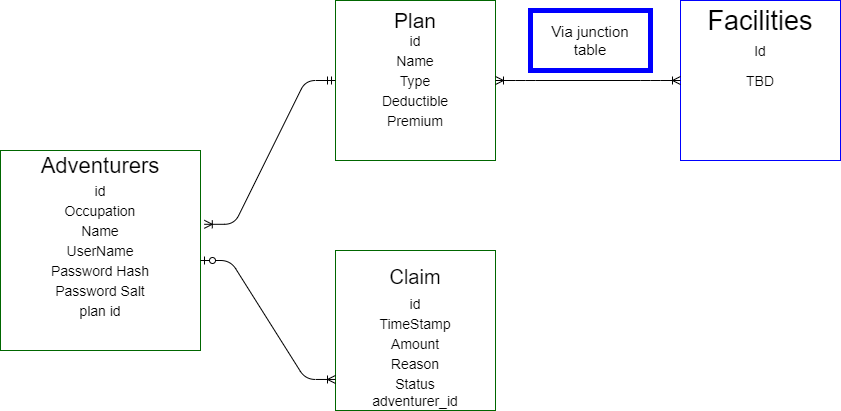
eSuminski/TeamAdventure keeps this draw.io diagram as erd.drawio.png. Above is the earlier version. Source tidied: cells renumbered, new cells last; positions are measured from the earlier drawing's top-left corner, leaving out a move shared by most shapes. Its diagram source:
```xml
<mxGraphModel>
  <root>
    <mxCell id="0" />
    <mxCell id="1" parent="0" />
    <mxCell id="2" style="whiteSpace=wrap;html=1;strokeColor=#006600;" parent="1" vertex="1">
      <mxGeometry y="150" width="200" height="200" as="geometry" />
    </mxCell>
    <mxCell id="3" value="&lt;font style=&quot;font-size: 22px&quot;&gt;Adventurers&lt;/font&gt;" style="text;html=1;strokeColor=none;fillColor=none;align=center;verticalAlign=middle;whiteSpace=wrap;rounded=0;" parent="1" vertex="1">
      <mxGeometry x="30" y="140" width="140" height="50" as="geometry" />
    </mxCell>
    <mxCell id="4" style="whiteSpace=wrap;html=1;strokeColor=#006600;" parent="1" vertex="1">
      <mxGeometry x="335" width="160" height="160" as="geometry" />
    </mxCell>
    <mxCell id="5" value="&lt;font style=&quot;font-size: 21px&quot;&gt;Plan&lt;/font&gt;" style="text;html=1;strokeColor=none;fillColor=none;align=center;verticalAlign=middle;whiteSpace=wrap;rounded=0;" parent="1" vertex="1">
      <mxGeometry x="365" y="10" width="100" height="20" as="geometry" />
    </mxCell>
    <mxCell id="6" style="whiteSpace=wrap;html=1;strokeColor=#006600;" parent="1" vertex="1">
      <mxGeometry x="335" y="250" width="160" height="160" as="geometry" />
    </mxCell>
    <mxCell id="7" value="&lt;font style=&quot;font-size: 20px&quot;&gt;Claim&lt;/font&gt;" style="text;html=1;strokeColor=none;fillColor=none;align=center;verticalAlign=middle;whiteSpace=wrap;rounded=0;" parent="1" vertex="1">
      <mxGeometry x="350" y="260" width="130" height="32.5" as="geometry" />
    </mxCell>
    <mxCell id="8" style="edgeStyle=entityRelationEdgeStyle;fontSize=12;html=1;endArrow=ERoneToMany;startArrow=ERzeroToOne;entryX=0;entryY=0.806;entryDx=0;entryDy=0;entryPerimeter=0;" parent="1" edge="1" target="6">
      <mxGeometry relative="1" as="geometry">
        <mxPoint x="200" y="260" as="sourcePoint" />
      </mxGeometry>
    </mxCell>
    <mxCell id="9" style="edgeStyle=entityRelationEdgeStyle;fontSize=12;html=1;endArrow=ERoneToMany;startArrow=ERmandOne;entryX=1.019;entryY=0.369;entryDx=0;entryDy=0;entryPerimeter=0;exitX=0;exitY=0.5;exitDx=0;exitDy=0;" parent="1" edge="1" source="4" target="2">
      <mxGeometry relative="1" as="geometry" />
    </mxCell>
    <mxCell id="10" style="whiteSpace=wrap;html=1;strokeColor=#0000FF;" parent="1" vertex="1">
      <mxGeometry x="680" width="160" height="160" as="geometry" />
    </mxCell>
    <mxCell id="11" value="&lt;font style=&quot;font-size: 27px&quot;&gt;Facilities&lt;/font&gt;" style="text;html=1;strokeColor=none;fillColor=none;align=center;verticalAlign=middle;whiteSpace=wrap;rounded=0;" parent="1" vertex="1">
      <mxGeometry x="705" width="110" height="40" as="geometry" />
    </mxCell>
    <mxCell id="12" style="edgeStyle=entityRelationEdgeStyle;fontSize=12;html=1;endArrow=ERoneToMany;startArrow=ERoneToMany;exitX=1;exitY=0.5;exitDx=0;exitDy=0;entryX=0;entryY=0.5;entryDx=0;entryDy=0;" parent="1" edge="1" source="4" target="10">
      <mxGeometry relative="1" as="geometry" />
    </mxCell>
    <mxCell id="13" value="&lt;font style=&quot;font-size: 14px&quot;&gt;Occupation&lt;/font&gt;" style="text;html=1;strokeColor=none;fillColor=none;align=center;verticalAlign=middle;whiteSpace=wrap;rounded=0;" parent="1" vertex="1">
      <mxGeometry x="50" y="200" width="100" height="20" as="geometry" />
    </mxCell>
    <mxCell id="14" value="&lt;font style=&quot;font-size: 14px&quot;&gt;Name&lt;/font&gt;" style="text;html=1;strokeColor=none;fillColor=none;align=center;verticalAlign=middle;whiteSpace=wrap;rounded=0;" parent="1" vertex="1">
      <mxGeometry x="50" y="220" width="100" height="20" as="geometry" />
    </mxCell>
    <mxCell id="15" value="&lt;font style=&quot;font-size: 14px&quot;&gt;UserName&lt;/font&gt;" style="text;html=1;strokeColor=none;fillColor=none;align=center;verticalAlign=middle;whiteSpace=wrap;rounded=0;" parent="1" vertex="1">
      <mxGeometry x="50" y="240" width="100" height="20" as="geometry" />
    </mxCell>
    <mxCell id="16" value="&lt;font style=&quot;font-size: 14px&quot;&gt;Password Hash&lt;/font&gt;" style="text;html=1;strokeColor=none;fillColor=none;align=center;verticalAlign=middle;whiteSpace=wrap;rounded=0;" parent="1" vertex="1">
      <mxGeometry x="30" y="260" width="140" height="20" as="geometry" />
    </mxCell>
    <mxCell id="17" value="&lt;font style=&quot;font-size: 14px&quot;&gt;Password Salt&lt;/font&gt;" style="text;html=1;strokeColor=none;fillColor=none;align=center;verticalAlign=middle;whiteSpace=wrap;rounded=0;" parent="1" vertex="1">
      <mxGeometry x="40" y="280" width="120" height="20" as="geometry" />
    </mxCell>
    <mxCell id="18" value="&lt;font style=&quot;font-size: 14px&quot;&gt;id&lt;/font&gt;" style="text;html=1;strokeColor=none;fillColor=none;align=center;verticalAlign=middle;whiteSpace=wrap;rounded=0;" parent="1" vertex="1">
      <mxGeometry x="50" y="180" width="100" height="20" as="geometry" />
    </mxCell>
    <mxCell id="19" value="&lt;font style=&quot;font-size: 14px&quot;&gt;id&lt;/font&gt;" style="text;html=1;strokeColor=none;fillColor=none;align=center;verticalAlign=middle;whiteSpace=wrap;rounded=0;" parent="1" vertex="1">
      <mxGeometry x="365" y="30" width="100" height="20" as="geometry" />
    </mxCell>
    <mxCell id="20" value="&lt;font style=&quot;font-size: 14px&quot;&gt;Name&lt;/font&gt;" style="text;html=1;strokeColor=none;fillColor=none;align=center;verticalAlign=middle;whiteSpace=wrap;rounded=0;" parent="1" vertex="1">
      <mxGeometry x="365" y="50" width="100" height="20" as="geometry" />
    </mxCell>
    <mxCell id="21" value="&lt;font style=&quot;font-size: 14px&quot;&gt;Type&lt;/font&gt;" style="text;html=1;strokeColor=none;fillColor=none;align=center;verticalAlign=middle;whiteSpace=wrap;rounded=0;" parent="1" vertex="1">
      <mxGeometry x="365" y="70" width="100" height="20" as="geometry" />
    </mxCell>
    <mxCell id="22" value="&lt;font style=&quot;font-size: 14px&quot;&gt;Deductible&lt;/font&gt;" style="text;html=1;strokeColor=none;fillColor=none;align=center;verticalAlign=middle;whiteSpace=wrap;rounded=0;" parent="1" vertex="1">
      <mxGeometry x="365" y="90" width="100" height="20" as="geometry" />
    </mxCell>
    <mxCell id="23" value="&lt;font style=&quot;font-size: 14px&quot;&gt;Premium&lt;/font&gt;" style="text;html=1;strokeColor=none;fillColor=none;align=center;verticalAlign=middle;whiteSpace=wrap;rounded=0;" parent="1" vertex="1">
      <mxGeometry x="365" y="110" width="100" height="20" as="geometry" />
    </mxCell>
    <mxCell id="24" value="&lt;font style=&quot;font-size: 14px&quot;&gt;id&lt;/font&gt;" style="text;html=1;strokeColor=none;fillColor=none;align=center;verticalAlign=middle;whiteSpace=wrap;rounded=0;" parent="1" vertex="1">
      <mxGeometry x="365" y="292.5" width="100" height="20" as="geometry" />
    </mxCell>
    <mxCell id="25" value="&lt;span style=&quot;font-size: 14px&quot;&gt;TimeStamp&lt;/span&gt;" style="text;html=1;strokeColor=none;fillColor=none;align=center;verticalAlign=middle;whiteSpace=wrap;rounded=0;" parent="1" vertex="1">
      <mxGeometry x="365" y="312.5" width="100" height="20" as="geometry" />
    </mxCell>
    <mxCell id="26" value="&lt;font style=&quot;font-size: 14px&quot;&gt;Amount&lt;/font&gt;" style="text;html=1;strokeColor=none;fillColor=none;align=center;verticalAlign=middle;whiteSpace=wrap;rounded=0;" parent="1" vertex="1">
      <mxGeometry x="365" y="332.5" width="100" height="20" as="geometry" />
    </mxCell>
    <mxCell id="27" value="&lt;font style=&quot;font-size: 14px&quot;&gt;Reason&lt;/font&gt;" style="text;html=1;strokeColor=none;fillColor=none;align=center;verticalAlign=middle;whiteSpace=wrap;rounded=0;" parent="1" vertex="1">
      <mxGeometry x="365" y="352.5" width="100" height="20" as="geometry" />
    </mxCell>
    <mxCell id="28" value="&lt;font style=&quot;font-size: 14px&quot;&gt;Status&lt;/font&gt;" style="text;html=1;strokeColor=none;fillColor=none;align=center;verticalAlign=middle;whiteSpace=wrap;rounded=0;" parent="1" vertex="1">
      <mxGeometry x="365" y="372.5" width="100" height="20" as="geometry" />
    </mxCell>
    <mxCell id="29" value="&lt;font style=&quot;font-size: 14px&quot;&gt;adventurer_id&lt;/font&gt;" style="text;html=1;strokeColor=none;fillColor=none;align=center;verticalAlign=middle;whiteSpace=wrap;rounded=0;" parent="1" vertex="1">
      <mxGeometry x="365" y="390" width="100" height="20" as="geometry" />
    </mxCell>
    <mxCell id="30" value="&lt;font style=&quot;font-size: 14px&quot;&gt;plan id&lt;br&gt;&lt;/font&gt;" style="text;html=1;strokeColor=none;fillColor=none;align=center;verticalAlign=middle;whiteSpace=wrap;rounded=0;" parent="1" vertex="1">
      <mxGeometry x="50" y="300" width="100" height="20" as="geometry" />
    </mxCell>
    <mxCell id="31" style="rounded=0;whiteSpace=wrap;html=1;strokeWidth=5;fillColor=none;strokeColor=#0000FF;" parent="1" vertex="1">
      <mxGeometry x="530" y="10" width="120" height="60" as="geometry" />
    </mxCell>
    <mxCell id="32" value="&lt;font style=&quot;font-size: 15px&quot;&gt;Via junction table&lt;/font&gt;" style="text;html=1;strokeColor=none;fillColor=none;align=center;verticalAlign=middle;whiteSpace=wrap;rounded=0;" parent="1" vertex="1">
      <mxGeometry x="545" y="15" width="90" height="50" as="geometry" />
    </mxCell>
    <mxCell id="33" value="&lt;font style=&quot;font-size: 14px&quot;&gt;TBD&lt;br&gt;&lt;/font&gt;" style="text;html=1;strokeColor=none;fillColor=none;align=center;verticalAlign=middle;whiteSpace=wrap;rounded=0;" parent="1" vertex="1">
      <mxGeometry x="710" y="70" width="100" height="20" as="geometry" />
    </mxCell>
    <mxCell id="34" value="&lt;font style=&quot;font-size: 14px&quot;&gt;Id&lt;/font&gt;" style="text;html=1;strokeColor=none;fillColor=none;align=center;verticalAlign=middle;whiteSpace=wrap;rounded=0;" parent="1" vertex="1">
      <mxGeometry x="710" y="40" width="100" height="20" as="geometry" />
    </mxCell>
  </root>
</mxGraphModel>
```
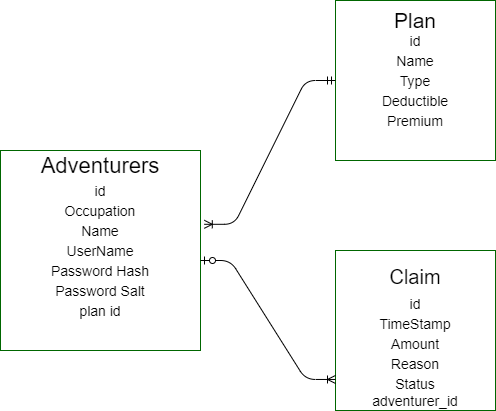
The same diagram one commit later.

Change to the diagram source:
```diff
@@ -28,15 +28,6 @@
     <mxCell id="9" style="edgeStyle=entityRelationEdgeStyle;fontSize=12;html=1;endArrow=ERoneToMany;startArrow=ERmandOne;entryX=1.019;entryY=0.369;entryDx=0;entryDy=0;entryPerimeter=0;exitX=0;exitY=0.5;exitDx=0;exitDy=0;" parent="1" edge="1" source="4" target="2">
       <mxGeometry relative="1" as="geometry" />
     </mxCell>
-    <mxCell id="10" style="whiteSpace=wrap;html=1;strokeColor=#0000FF;" parent="1" vertex="1">
-      <mxGeometry x="680" width="160" height="160" as="geometry" />
-    </mxCell>
-    <mxCell id="11" value="&lt;font style=&quot;font-size: 27px&quot;&gt;Facilities&lt;/font&gt;" style="text;html=1;strokeColor=none;fillColor=none;align=center;verticalAlign=middle;whiteSpace=wrap;rounded=0;" parent="1" vertex="1">
-      <mxGeometry x="705" width="110" height="40" as="geometry" />
-    </mxCell>
-    <mxCell id="12" style="edgeStyle=entityRelationEdgeStyle;fontSize=12;html=1;endArrow=ERoneToMany;startArrow=ERoneToMany;exitX=1;exitY=0.5;exitDx=0;exitDy=0;entryX=0;entryY=0.5;entryDx=0;entryDy=0;" parent="1" edge="1" source="4" target="10">
-      <mxGeometry relative="1" as="geometry" />
-    </mxCell>
     <mxCell id="13" value="&lt;font style=&quot;font-size: 14px&quot;&gt;Occupation&lt;/font&gt;" style="text;html=1;strokeColor=none;fillColor=none;align=center;verticalAlign=middle;whiteSpace=wrap;rounded=0;" parent="1" vertex="1">
       <mxGeometry x="50" y="200" width="100" height="20" as="geometry" />
     </mxCell>
@@ -91,17 +82,5 @@
     <mxCell id="30" value="&lt;font style=&quot;font-size: 14px&quot;&gt;plan id&lt;br&gt;&lt;/font&gt;" style="text;html=1;strokeColor=none;fillColor=none;align=center;verticalAlign=middle;whiteSpace=wrap;rounded=0;" parent="1" vertex="1">
       <mxGeometry x="50" y="300" width="100" height="20" as="geometry" />
     </mxCell>
-    <mxCell id="31" style="rounded=0;whiteSpace=wrap;html=1;strokeWidth=5;fillColor=none;strokeColor=#0000FF;" parent="1" vertex="1">
-      <mxGeometry x="530" y="10" width="120" height="60" as="geometry" />
-    </mxCell>
-    <mxCell id="32" value="&lt;font style=&quot;font-size: 15px&quot;&gt;Via junction table&lt;/font&gt;" style="text;html=1;strokeColor=none;fillColor=none;align=center;verticalAlign=middle;whiteSpace=wrap;rounded=0;" parent="1" vertex="1">
-      <mxGeometry x="545" y="15" width="90" height="50" as="geometry" />
-    </mxCell>
-    <mxCell id="33" value="&lt;font style=&quot;font-size: 14px&quot;&gt;TBD&lt;br&gt;&lt;/font&gt;" style="text;html=1;strokeColor=none;fillColor=none;align=center;verticalAlign=middle;whiteSpace=wrap;rounded=0;" parent="1" vertex="1">
-      <mxGeometry x="710" y="70" width="100" height="20" as="geometry" />
-    </mxCell>
-    <mxCell id="34" value="&lt;font style=&quot;font-size: 14px&quot;&gt;Id&lt;/font&gt;" style="text;html=1;strokeColor=none;fillColor=none;align=center;verticalAlign=middle;whiteSpace=wrap;rounded=0;" parent="1" vertex="1">
-      <mxGeometry x="710" y="40" width="100" height="20" as="geometry" />
-    </mxCell>
   </root>
 </mxGraphModel>
```
